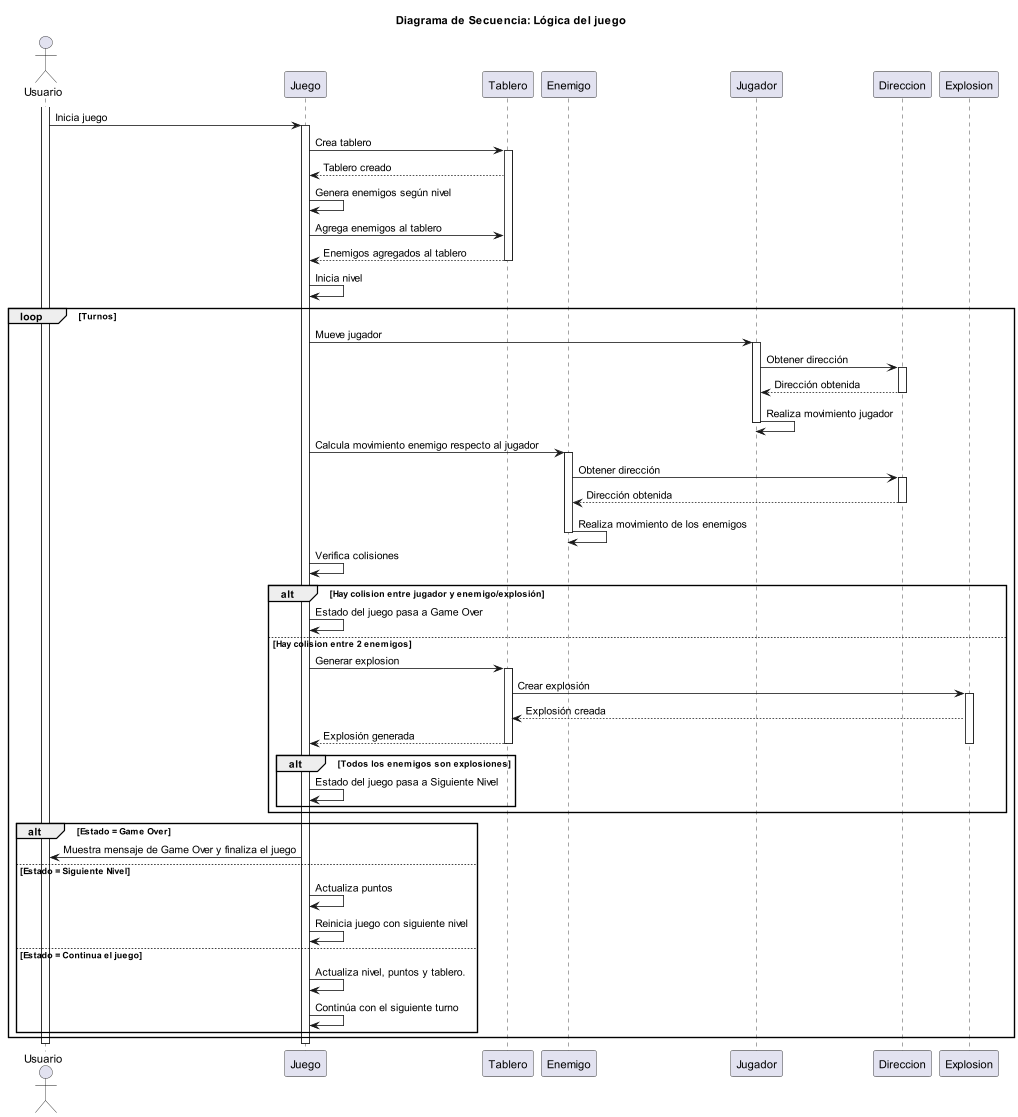
This is doc/diagrama de secuencia lógica.png from FelipeAscencio/TP1_ParadigmasDeLaProgramacion, a PlantUML export, as it was before one commit.
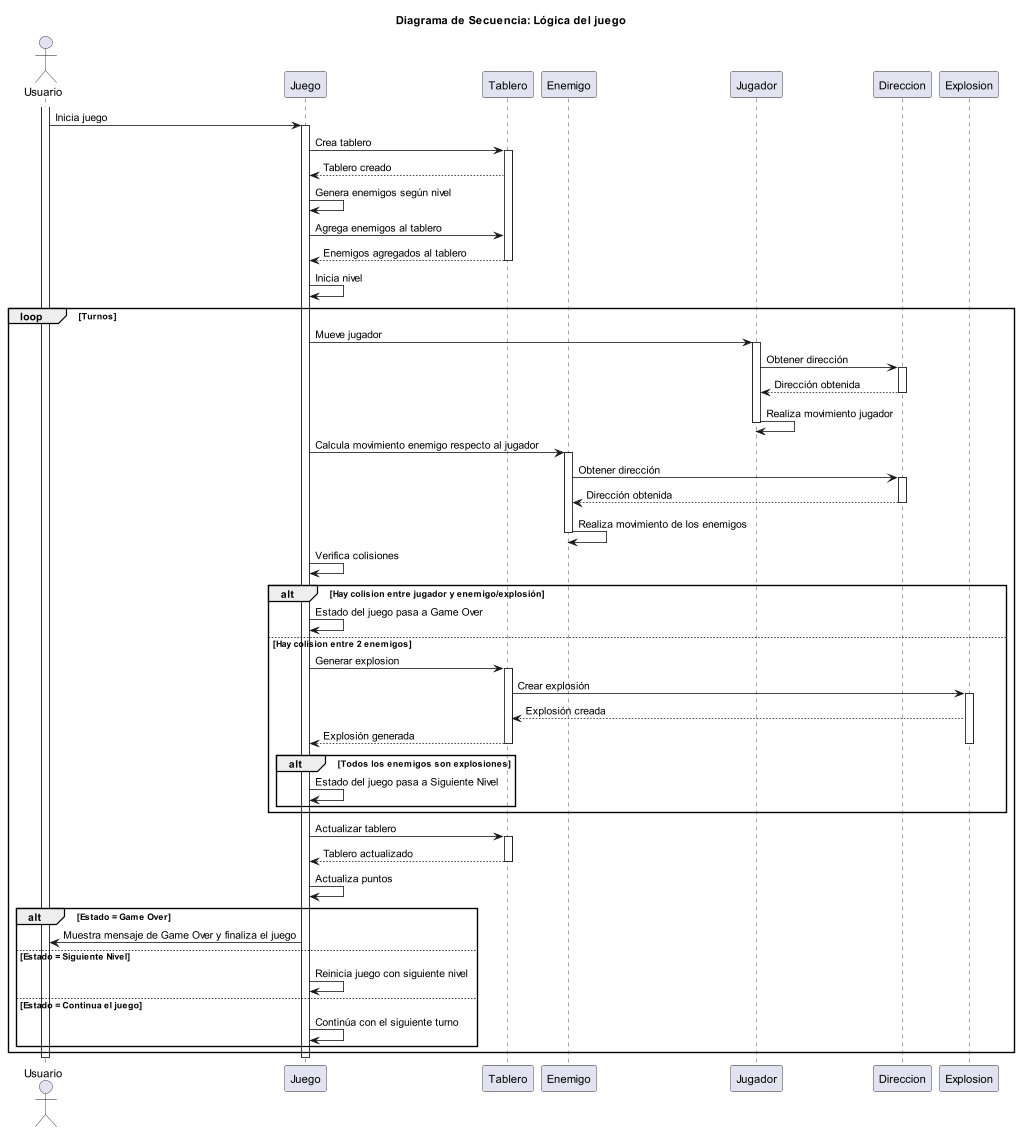
The same file after the commit.

Commit message:
Microcorreciones de diagrama de secuencia lógica

What changed in the source:
```diff
@@ -58,13 +58,17 @@
                 end
         end
 
+    Juego -> Tablero: Actualizar tablero
+    activate Tablero
+    Tablero --> Juego: Tablero actualizado
+    deactivate Tablero
+    Juego -> Juego: Actualiza puntos
+
     alt Estado = Game Over
             Juego -> Usuario: Muestra mensaje de Game Over y finaliza el juego
         else Estado = Siguiente Nivel
-            Juego -> Juego: Actualiza puntos
             Juego -> Juego: Reinicia juego con siguiente nivel
         else Estado = Continua el juego
-            Juego -> Juego: Actualiza nivel, puntos y tablero.
             Juego -> Juego: Continúa con el siguiente turno
         end
 end
```
